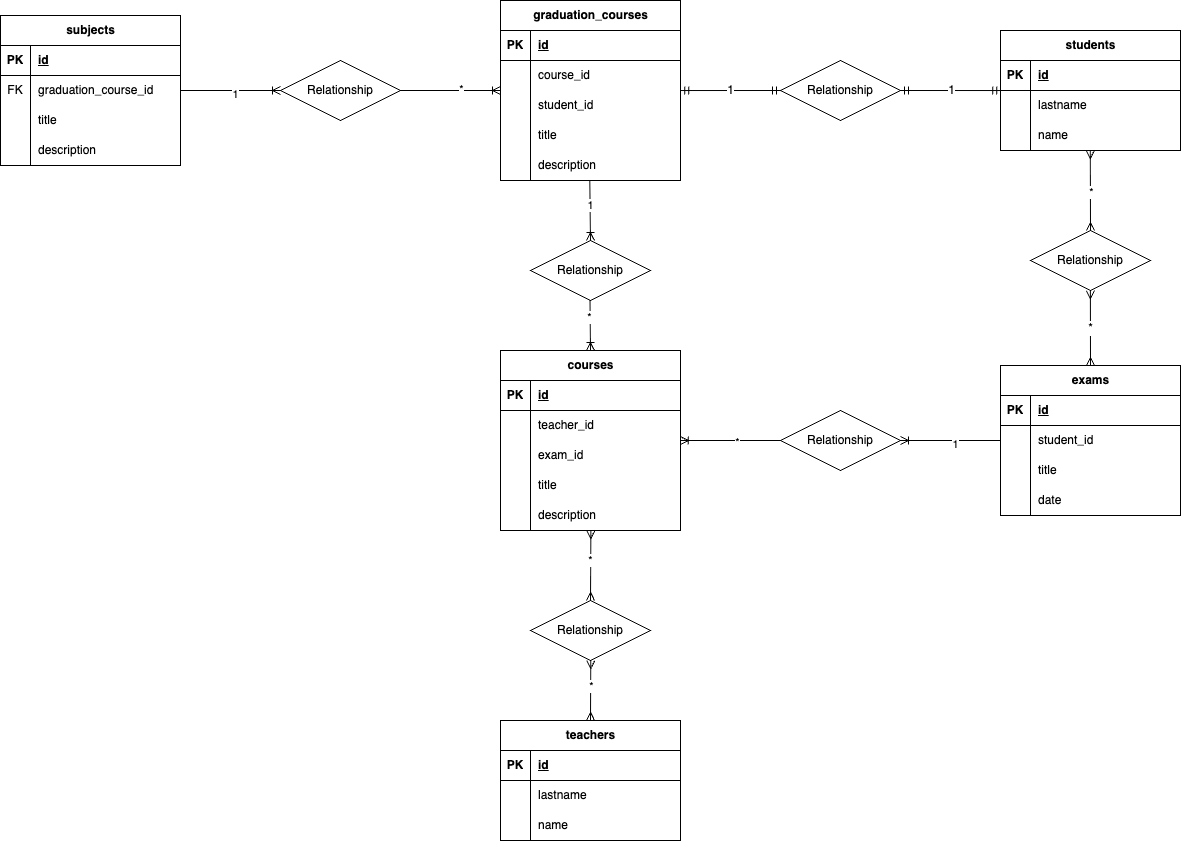
Earlier version of the draw.io export diagram.png (gabrielemarchesano/db-university). Source tidied: cells renumbered, new cells last; positions are measured from the earlier drawing's top-left corner, leaving out a move shared by most shapes.
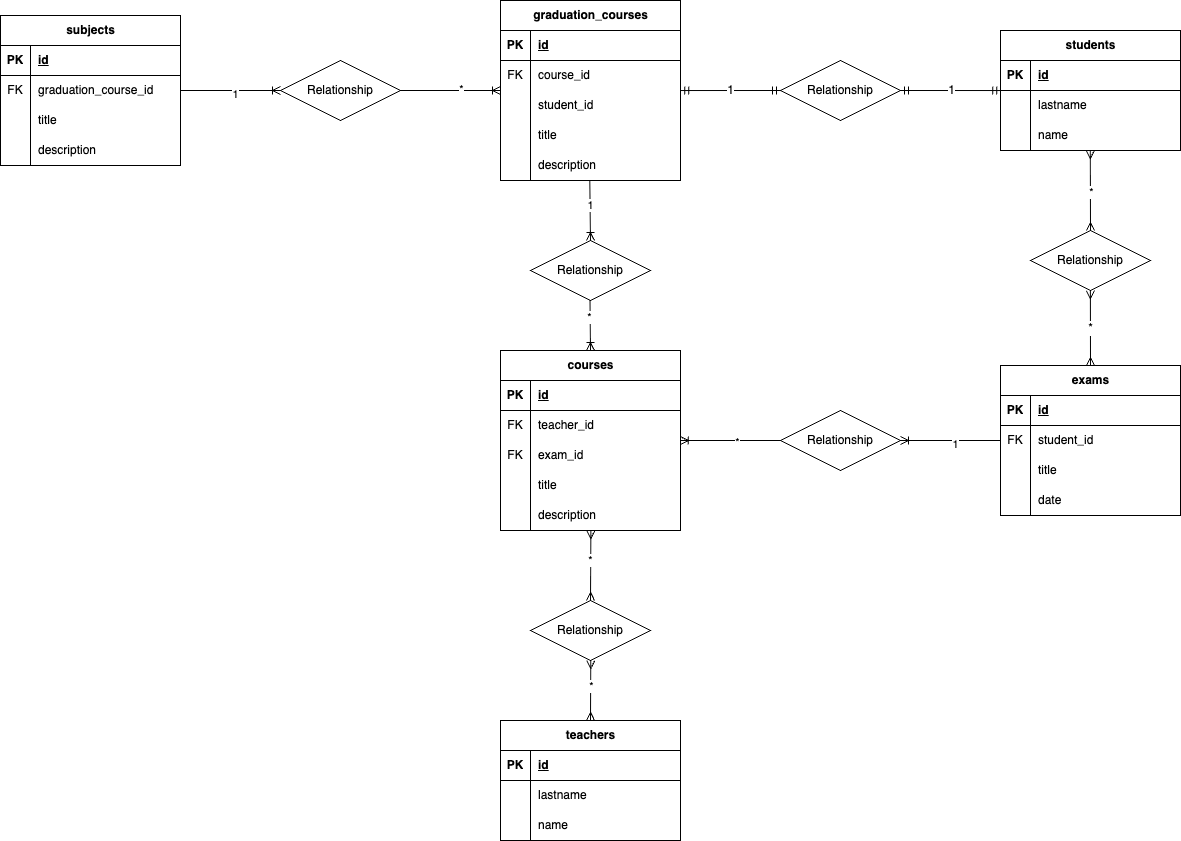
The same diagram one commit later.

Commit message:
add foreign keys

The edit, as a diff of the source:
```diff
@@ -77,7 +77,7 @@
     <mxCell id="26" style="shape=tableRow;horizontal=0;startSize=0;swimlaneHead=0;swimlaneBody=0;fillColor=none;points=[[0,0.5],[1,0.5]];portConstraint=eastwest;top=0;left=0;right=0;bottom=0;" parent="22" vertex="1">
       <mxGeometry y="60" width="180" height="30" as="geometry" />
     </mxCell>
-    <mxCell id="27" style="shape=partialRectangle;fillColor=none;top=0;left=0;bottom=0;right=0;overflow=hidden;whiteSpace=wrap;html=1;" parent="26" vertex="1">
+    <mxCell id="27" value="FK" style="shape=partialRectangle;fillColor=none;top=0;left=0;bottom=0;right=0;overflow=hidden;whiteSpace=wrap;html=1;" parent="26" vertex="1">
       <mxGeometry width="30" height="30" as="geometry" />
     </mxCell>
     <mxCell id="28" value="student_id" style="shape=partialRectangle;fillColor=none;top=0;left=0;bottom=0;right=0;align=left;spacingLeft=6;overflow=hidden;whiteSpace=wrap;html=1;" parent="26" vertex="1">
@@ -116,7 +116,7 @@
     <mxCell id="39" style="shape=tableRow;horizontal=0;startSize=0;swimlaneHead=0;swimlaneBody=0;fillColor=none;top=0;left=0;right=0;bottom=0;" parent="35" vertex="1">
       <mxGeometry y="60" width="180" height="30" as="geometry" />
     </mxCell>
-    <mxCell id="40" style="shape=partialRectangle;fillColor=none;top=0;left=0;bottom=0;right=0;overflow=hidden;whiteSpace=wrap;html=1;" parent="39" vertex="1">
+    <mxCell id="40" value="FK" style="shape=partialRectangle;fillColor=none;top=0;left=0;bottom=0;right=0;overflow=hidden;whiteSpace=wrap;html=1;" parent="39" vertex="1">
       <mxGeometry width="30" height="30" as="geometry" />
     </mxCell>
     <mxCell id="41" value="teacher_id" style="shape=partialRectangle;fillColor=none;top=0;left=0;bottom=0;right=0;align=left;spacingLeft=6;overflow=hidden;whiteSpace=wrap;html=1;" parent="39" vertex="1">
@@ -125,7 +125,7 @@
     <mxCell id="42" style="shape=tableRow;horizontal=0;startSize=0;swimlaneHead=0;swimlaneBody=0;fillColor=none;points=[[0,0.5],[1,0.5]];portConstraint=eastwest;top=0;left=0;right=0;bottom=0;" parent="35" vertex="1">
       <mxGeometry y="90" width="180" height="30" as="geometry" />
     </mxCell>
-    <mxCell id="43" style="shape=partialRectangle;fillColor=none;top=0;left=0;bottom=0;right=0;overflow=hidden;whiteSpace=wrap;html=1;" parent="42" vertex="1">
+    <mxCell id="43" value="FK" style="shape=partialRectangle;fillColor=none;top=0;left=0;bottom=0;right=0;overflow=hidden;whiteSpace=wrap;html=1;" parent="42" vertex="1">
       <mxGeometry width="30" height="30" as="geometry" />
     </mxCell>
     <mxCell id="44" value="exam_id" style="shape=partialRectangle;fillColor=none;top=0;left=0;bottom=0;right=0;align=left;spacingLeft=6;overflow=hidden;whiteSpace=wrap;html=1;" parent="42" vertex="1">
@@ -164,7 +164,7 @@
     <mxCell id="55" style="shape=tableRow;horizontal=0;startSize=0;swimlaneHead=0;swimlaneBody=0;fillColor=none;top=0;left=0;right=0;bottom=0;" parent="51" vertex="1">
       <mxGeometry y="60" width="180" height="30" as="geometry" />
     </mxCell>
-    <mxCell id="56" style="shape=partialRectangle;fillColor=none;top=0;left=0;bottom=0;right=0;overflow=hidden;whiteSpace=wrap;html=1;" parent="55" vertex="1">
+    <mxCell id="56" value="FK" style="shape=partialRectangle;fillColor=none;top=0;left=0;bottom=0;right=0;overflow=hidden;whiteSpace=wrap;html=1;" parent="55" vertex="1">
       <mxGeometry width="30" height="30" as="geometry" />
     </mxCell>
     <mxCell id="57" value="course_id" style="shape=partialRectangle;fillColor=none;top=0;left=0;bottom=0;right=0;align=left;spacingLeft=6;overflow=hidden;whiteSpace=wrap;html=1;" parent="55" vertex="1">
```
